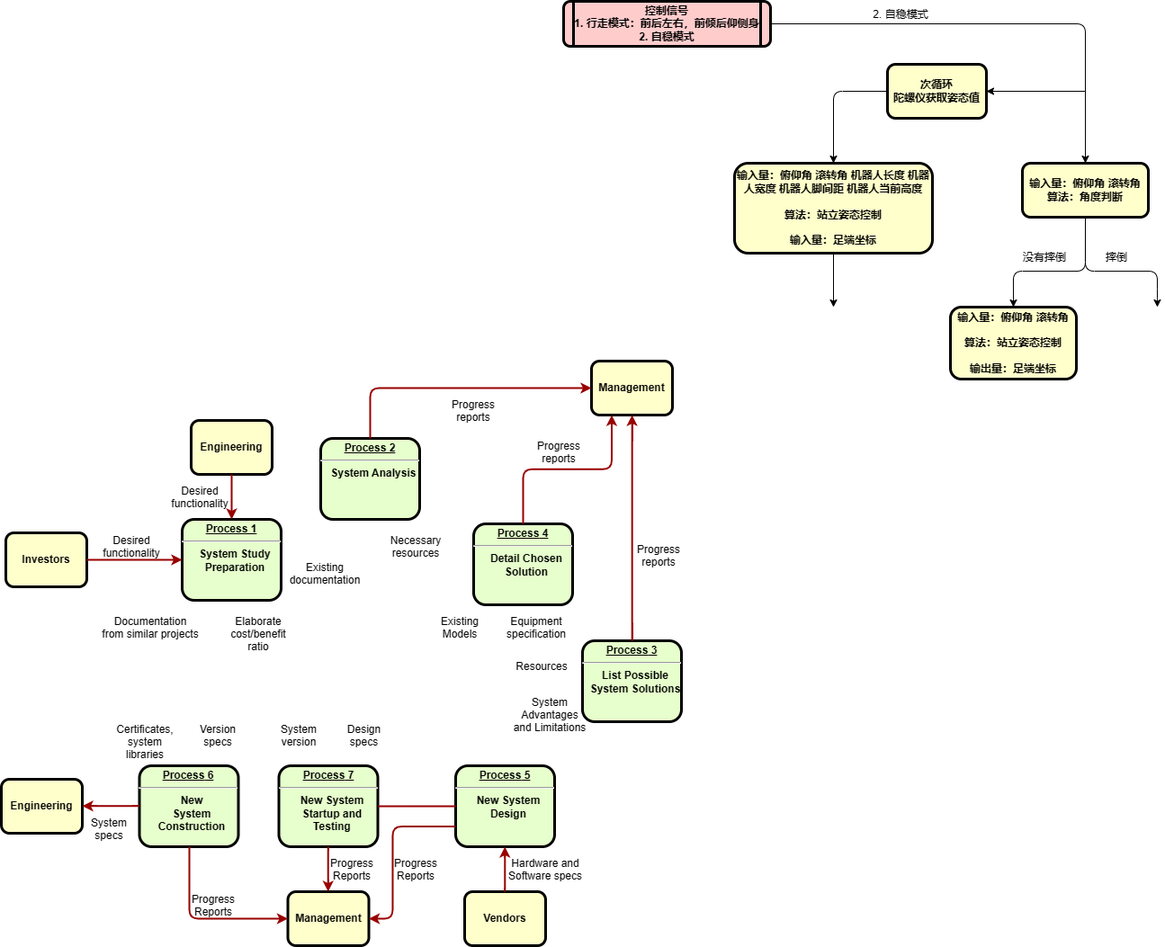
This is 机器人总体流程.drawio.png from KAZAMA-DREAM/picture, a draw.io export, as it was before one commit. Source tidied: cells renumbered, new cells last; positions are measured from the earlier drawing's top-left corner, leaving out a move shared by most shapes.
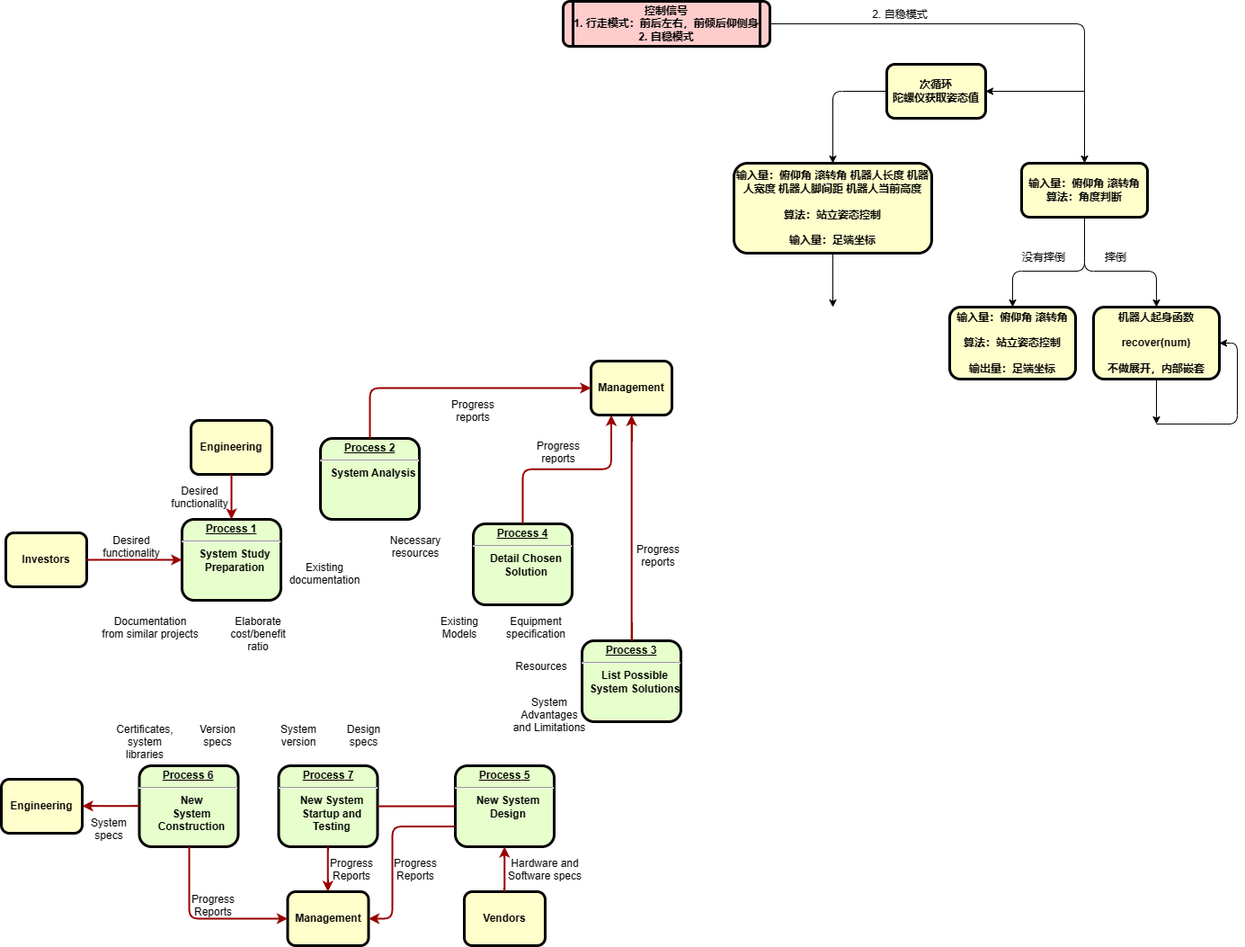
The same diagram one commit later.

Commit message:
更新机器人总体流程.drawio.png

Change to the diagram source:
```diff
@@ -196,13 +196,11 @@
     <mxCell id="57" value="输入量：俯仰角 滚转角 机器人长度 机器人宽度 机器人脚间距 机器人当前高度&#10;&#10;算法：站立姿态控制&#10;&#10;输入量：足端坐标" style="whiteSpace=wrap;align=center;verticalAlign=middle;fontStyle=1;strokeWidth=3;fillColor=#FFFFCC;rounded=1;" parent="1" vertex="1">
       <mxGeometry x="815" y="180" width="220" height="100" as="geometry" />
     </mxCell>
-    <mxCell id="58" style="edgeStyle=orthogonalEdgeStyle;rounded=1;jettySize=auto;html=1;exitX=0.5;exitY=1;exitDx=0;exitDy=0;" parent="1" edge="1" source="52">
+    <mxCell id="58" style="edgeStyle=orthogonalEdgeStyle;rounded=1;jettySize=auto;html=1;exitX=0.5;exitY=1;exitDx=0;exitDy=0;entryX=0.5;entryY=0;entryDx=0;entryDy=0;" parent="1" edge="1" source="52" target="63">
       <mxGeometry relative="1" as="geometry">
-        <mxPoint x="1285" y="340" as="targetPoint" />
         <Array as="points">
           <mxPoint x="1205" y="300" />
           <mxPoint x="1285" y="300" />
-          <mxPoint x="1285" y="330" />
         </Array>
       </mxGeometry>
     </mxCell>
@@ -215,5 +213,22 @@
     <mxCell id="61" value="输入量：俯仰角 滚转角&#10;&#10;算法：站立姿态控制&#10;&#10;输出量：足端坐标" style="whiteSpace=wrap;align=center;verticalAlign=middle;fontStyle=1;strokeWidth=3;fillColor=#FFFFCC;rounded=1;" parent="1" vertex="1">
       <mxGeometry x="1055" y="340" width="140" height="80" as="geometry" />
     </mxCell>
+    <mxCell id="62" style="edgeStyle=orthogonalEdgeStyle;rounded=1;jettySize=auto;html=1;" parent="1" edge="1" source="63">
+      <mxGeometry relative="1" as="geometry">
+        <mxPoint x="1285" y="470" as="targetPoint" />
+      </mxGeometry>
+    </mxCell>
+    <mxCell id="63" value="机器人起身函数&#10;&#10;recover(num)&#10;&#10;不做展开，内部嵌套" style="whiteSpace=wrap;align=center;verticalAlign=middle;fontStyle=1;strokeWidth=3;fillColor=#FFFFCC;rounded=1;" parent="1" vertex="1">
+      <mxGeometry x="1215" y="340" width="140" height="80" as="geometry" />
+    </mxCell>
+    <mxCell id="64" style="edgeStyle=orthogonalEdgeStyle;rounded=1;jettySize=auto;html=1;entryX=1;entryY=0.5;entryDx=0;entryDy=0;" parent="1" edge="1" target="63">
+      <mxGeometry relative="1" as="geometry">
+        <mxPoint x="1285" y="470" as="sourcePoint" />
+        <Array as="points">
+          <mxPoint x="1375" y="470" />
+          <mxPoint x="1375" y="380" />
+        </Array>
+      </mxGeometry>
+    </mxCell>
   </root>
 </mxGraphModel>
```
